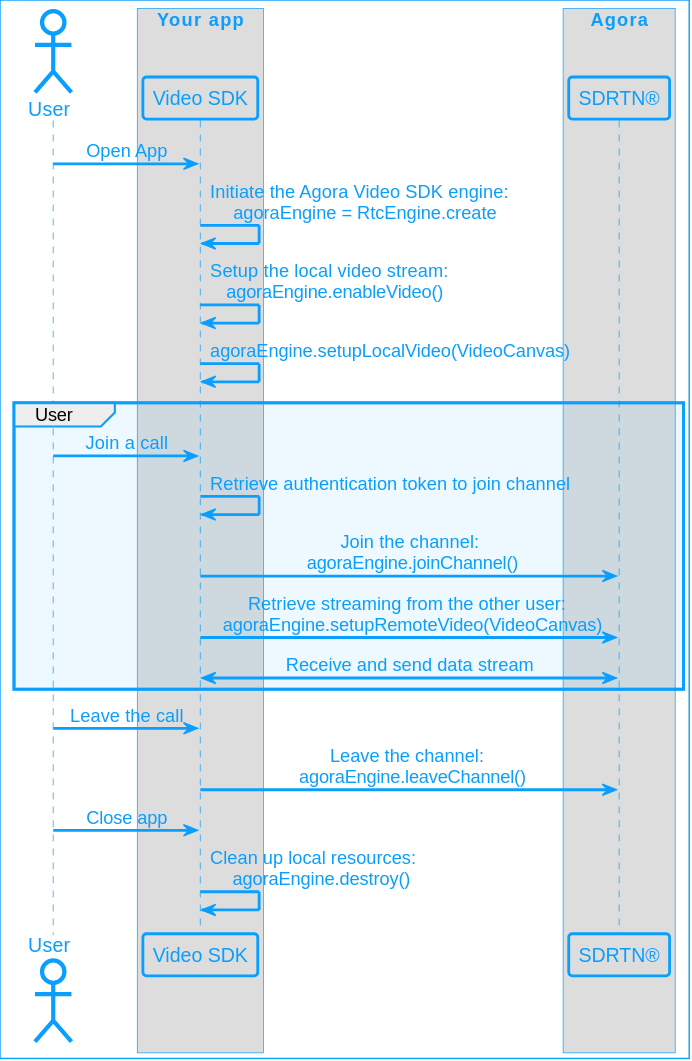
The PlantUML diagram assets/images/video-calling/video-call-logic-android.svg in AgoraIO/Docs-Source, before a commit. Source of this version:
```plantuml
@startuml
!include ../video-sdk/agora_skin.iuml

actor "User" as USR

box "Your app"

participant "Video SDK" as APP

end box

box "Agora"

participant "SDRTN®" as API

end box

USR -> APP: Open App
APP -> APP: Initiate the Agora Video SDK engine: \n agoraEngine = RtcEngine.create
APP -> APP: Setup the local video stream: \n agoraEngine.enableVideo()
APP -> APP: agoraEngine.setupLocalVideo(VideoCanvas)

group User
USR -> APP: Join a call

APP->APP: Retrieve authentication token to join channel
APP -> API: Join the channel:\n agoraEngine.joinChannel()
APP -> API: Retrieve streaming from the other user: \n agoraEngine.setupRemoteVideo(VideoCanvas)
API <-> APP: Receive and send data stream
end

USR -> APP: Leave the call
APP -> API: Leave the channel: \n agoraEngine.leaveChannel()

USR -> APP: Close app
APP -> APP: Clean up local resources: \n  agoraEngine.destroy()
@enduml
```
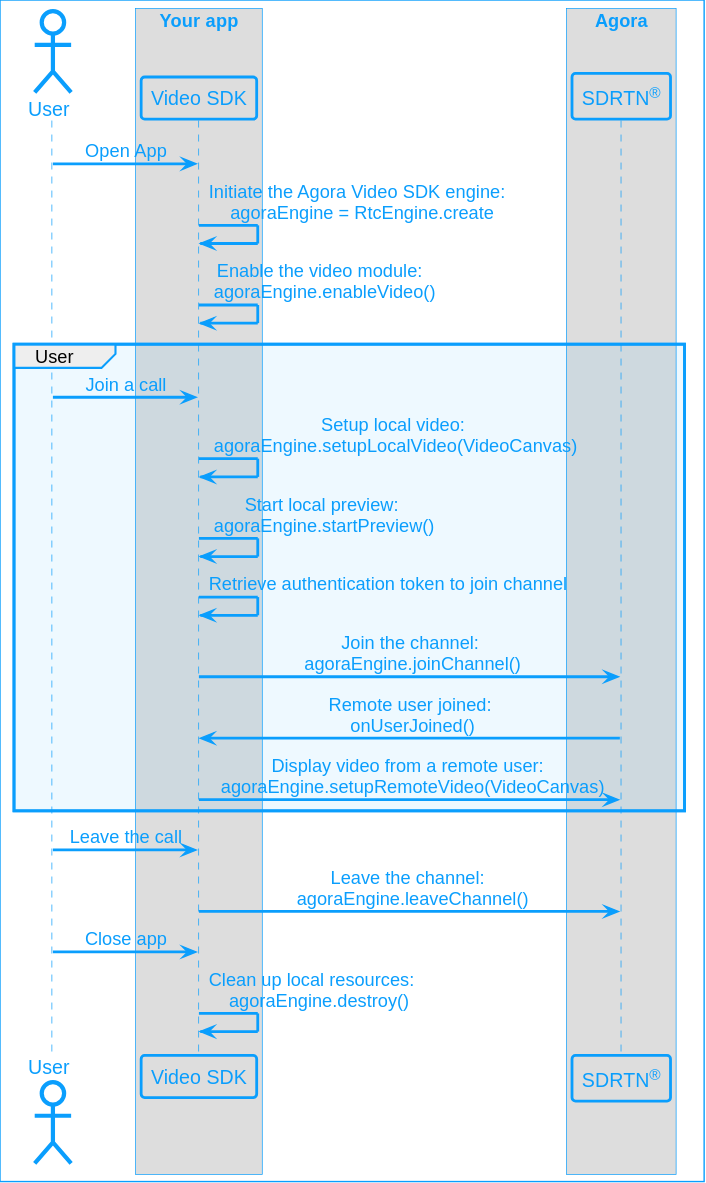
The same diagram one commit later.

Diff of the diagram source:
```diff
@@ -1,5 +1,5 @@
 @startuml
-!include ../video-sdk/agora_skin.iuml
+!include agora_skin.iuml
 
 actor "User" as USR
 
@@ -11,22 +11,22 @@
 
 box "Agora"
 
-participant "SDRTN®" as API
+participant "SDRTN<sup>®</sup>" as API
 
 end box
 
 USR -> APP: Open App
 APP -> APP: Initiate the Agora Video SDK engine: \n agoraEngine = RtcEngine.create
-APP -> APP: Setup the local video stream: \n agoraEngine.enableVideo()
-APP -> APP: agoraEngine.setupLocalVideo(VideoCanvas)
+APP -> APP: Enable the video module: \n agoraEngine.enableVideo()
 
 group User
 USR -> APP: Join a call
-
-APP->APP: Retrieve authentication token to join channel
+APP -> APP: Setup local video:\n agoraEngine.setupLocalVideo(VideoCanvas)
+APP -> APP: Start local preview:\n agoraEngine.startPreview()
+APP -> APP: Retrieve authentication token to join channel
 APP -> API: Join the channel:\n agoraEngine.joinChannel()
-APP -> API: Retrieve streaming from the other user: \n agoraEngine.setupRemoteVideo(VideoCanvas)
-API <-> APP: Receive and send data stream
+APP <- API: Remote user joined:\n onUserJoined()
+APP -> API: Display video from a remote user: \n agoraEngine.setupRemoteVideo(VideoCanvas)
 end
 
 USR -> APP: Leave the call
```
